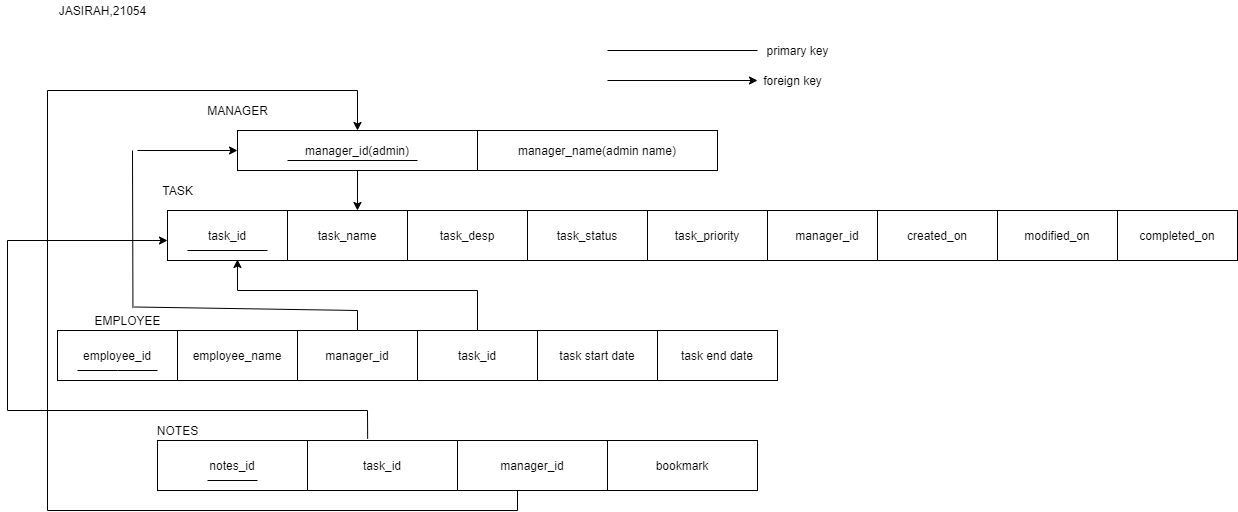
JASJASIRAH/CASE-STUDY keeps this draw.io diagram as JASIRAH_CASE STUDY.png. Above is the earlier version. Source tidied: cells renumbered, new cells last; positions are measured from the earlier drawing's top-left corner, leaving out a move shared by most shapes.
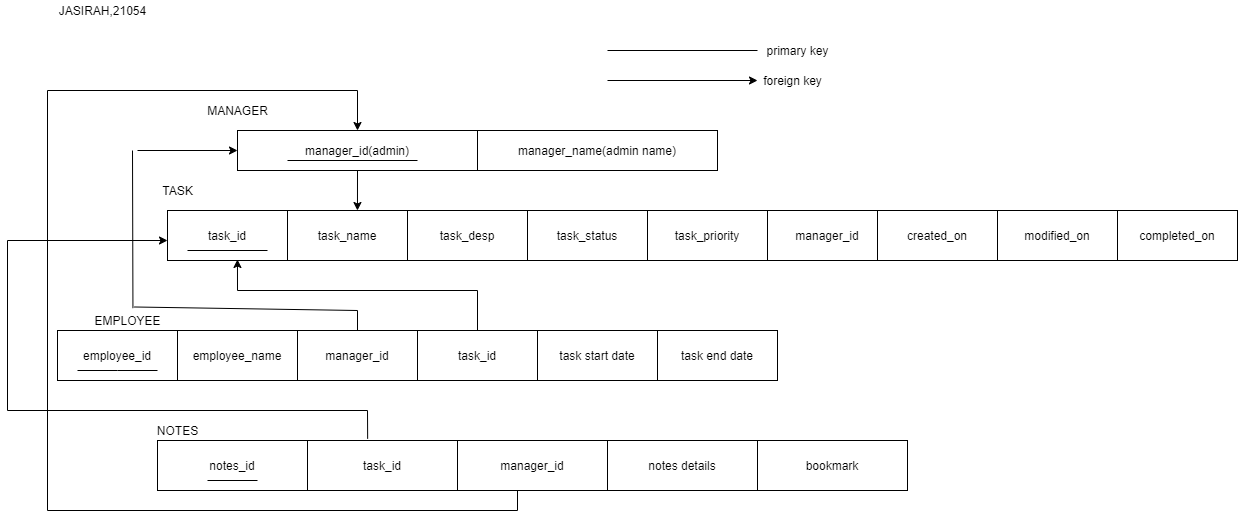
The same diagram one commit later.

Change to the diagram source:
```diff
@@ -68,7 +68,7 @@
     <mxCell id="23" style="rounded=0;whiteSpace=wrap;html=1;" parent="1" vertex="1">
       <mxGeometry x="600" y="440" width="150" height="50" as="geometry" />
     </mxCell>
-    <mxCell id="24" value="bookmark" style="rounded=0;whiteSpace=wrap;html=1;" parent="1" vertex="1">
+    <mxCell id="24" value="notes details" style="rounded=0;whiteSpace=wrap;html=1;" parent="1" vertex="1">
       <mxGeometry x="600" y="440" width="150" height="50" as="geometry" />
     </mxCell>
     <mxCell id="25" value="MANAGER" style="text;html=1;align=center;verticalAlign=middle;strokeColor=none;fillColor=none;" parent="1" vertex="1">
@@ -227,5 +227,8 @@
     <mxCell id="55" value="JASIRAH,21054" style="text;html=1;align=center;verticalAlign=middle;strokeColor=none;fillColor=none;" parent="1" vertex="1">
       <mxGeometry x="45" width="100" height="20" as="geometry" />
     </mxCell>
+    <mxCell id="56" value="bookmark" style="rounded=0;whiteSpace=wrap;html=1;" parent="1" vertex="1">
+      <mxGeometry x="750" y="440" width="150" height="50" as="geometry" />
+    </mxCell>
   </root>
 </mxGraphModel>
```
